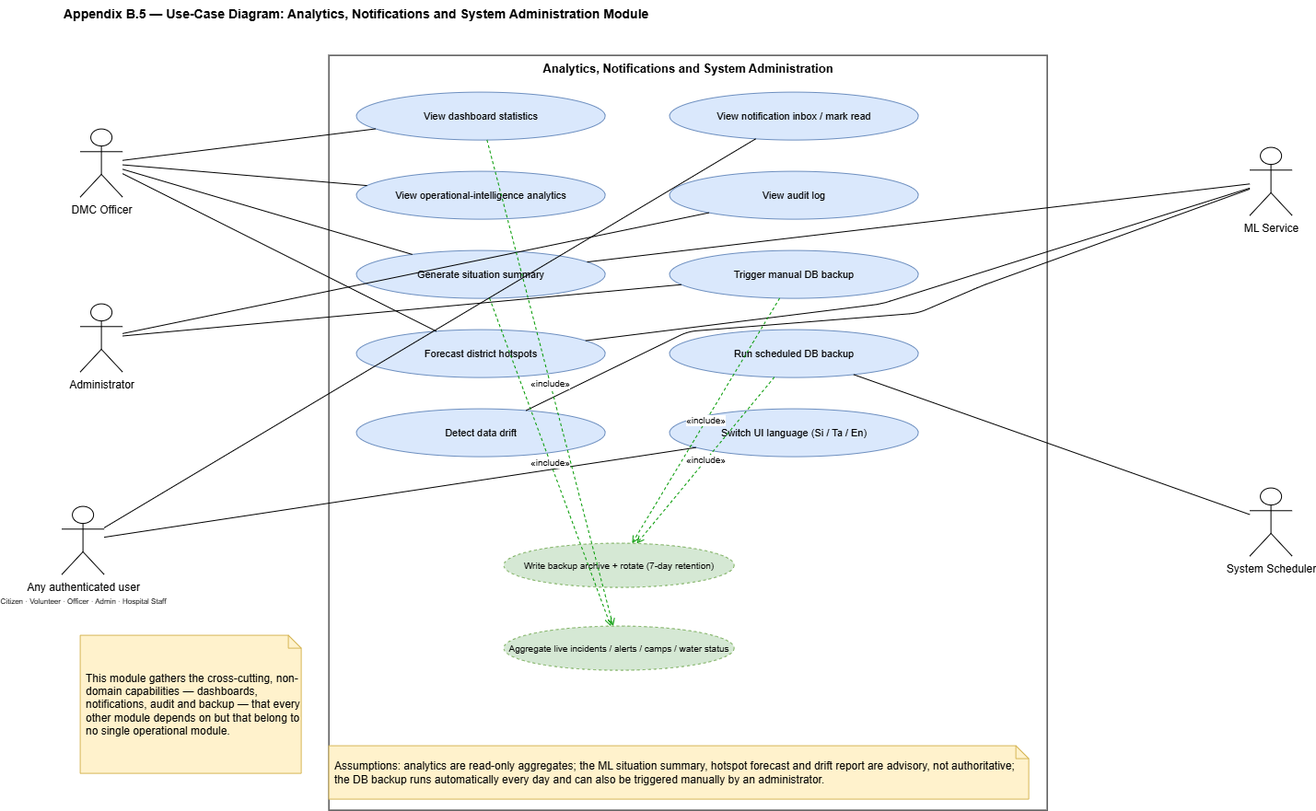
Before: research-report-source/diagrams/pngs/Appendix_B.5_UseCase_Analytics_Notifications_and_System_Administration.drawio.png, a diagram exported from draw.io (DeshanDV1003/Suraksha---Web-App). Source tidied: cells renumbered, new cells last; positions are measured from the earlier drawing's top-left corner, leaving out a move shared by most shapes. Source of this version:
```xml
<mxGraphModel>
  <root>
    <mxCell id="0" />
    <mxCell id="1" parent="0" />
    <mxCell id="2" value="Appendix B.5 — Use-Case Diagram: Analytics, Notifications and System Administration Module" style="text;html=1;fontStyle=1;fontSize=14;align=left;" parent="1" vertex="1">
      <mxGeometry width="1360" height="24" as="geometry" />
    </mxCell>
    <mxCell id="3" value="Analytics, Notifications and System Administration" style="rounded=0;whiteSpace=wrap;html=1;verticalAlign=top;fontStyle=1;fontSize=13;fillColor=none;strokeColor=#000000;" parent="1" vertex="1">
      <mxGeometry x="290" y="60" width="780" height="820" as="geometry" />
    </mxCell>
    <mxCell id="4" value="DMC Officer" style="shape=umlActor;html=1;verticalLabelPosition=bottom;verticalAlign=top;outlineConnect=0;" parent="1" vertex="1">
      <mxGeometry x="20" y="140" width="46" height="74" as="geometry" />
    </mxCell>
    <mxCell id="5" value="Administrator" style="shape=umlActor;html=1;verticalLabelPosition=bottom;verticalAlign=top;outlineConnect=0;" parent="1" vertex="1">
      <mxGeometry x="20" y="330" width="46" height="74" as="geometry" />
    </mxCell>
    <mxCell id="6" value="Any authenticated user&lt;br&gt;&lt;font style=&quot;font-size:8px&quot;&gt;Citizen · Volunteer · Officer · Admin · Hospital Staff&lt;/font&gt;" style="shape=umlActor;html=1;verticalLabelPosition=bottom;verticalAlign=top;outlineConnect=0;" parent="1" vertex="1">
      <mxGeometry y="550" width="46" height="74" as="geometry" />
    </mxCell>
    <mxCell id="7" value="ML Service" style="shape=umlActor;html=1;verticalLabelPosition=bottom;verticalAlign=top;outlineConnect=0;" parent="1" vertex="1">
      <mxGeometry x="1290" y="160" width="46" height="74" as="geometry" />
    </mxCell>
    <mxCell id="8" value="System Scheduler" style="shape=umlActor;html=1;verticalLabelPosition=bottom;verticalAlign=top;outlineConnect=0;" parent="1" vertex="1">
      <mxGeometry x="1290" y="530" width="46" height="74" as="geometry" />
    </mxCell>
    <mxCell id="9" value="View dashboard statistics" style="ellipse;whiteSpace=wrap;html=1;fillColor=#dae8fc;strokeColor=#6c8ebf;fontSize=11;" parent="1" vertex="1">
      <mxGeometry x="320" y="100" width="270" height="52" as="geometry" />
    </mxCell>
    <mxCell id="10" value="View operational-intelligence analytics" style="ellipse;whiteSpace=wrap;html=1;fillColor=#dae8fc;strokeColor=#6c8ebf;fontSize=11;" parent="1" vertex="1">
      <mxGeometry x="320" y="186" width="270" height="52" as="geometry" />
    </mxCell>
    <mxCell id="11" value="Generate situation summary" style="ellipse;whiteSpace=wrap;html=1;fillColor=#dae8fc;strokeColor=#6c8ebf;fontSize=11;" parent="1" vertex="1">
      <mxGeometry x="320" y="272" width="270" height="52" as="geometry" />
    </mxCell>
    <mxCell id="12" value="Forecast district hotspots" style="ellipse;whiteSpace=wrap;html=1;fillColor=#dae8fc;strokeColor=#6c8ebf;fontSize=11;" parent="1" vertex="1">
      <mxGeometry x="320" y="358" width="270" height="52" as="geometry" />
    </mxCell>
    <mxCell id="13" value="Detect data drift" style="ellipse;whiteSpace=wrap;html=1;fillColor=#dae8fc;strokeColor=#6c8ebf;fontSize=11;" parent="1" vertex="1">
      <mxGeometry x="320" y="444" width="270" height="52" as="geometry" />
    </mxCell>
    <mxCell id="14" value="View notification inbox / mark read" style="ellipse;whiteSpace=wrap;html=1;fillColor=#dae8fc;strokeColor=#6c8ebf;fontSize=11;" parent="1" vertex="1">
      <mxGeometry x="660" y="100" width="270" height="52" as="geometry" />
    </mxCell>
    <mxCell id="15" value="View audit log" style="ellipse;whiteSpace=wrap;html=1;fillColor=#dae8fc;strokeColor=#6c8ebf;fontSize=11;" parent="1" vertex="1">
      <mxGeometry x="660" y="186" width="270" height="52" as="geometry" />
    </mxCell>
    <mxCell id="16" value="Trigger manual DB backup" style="ellipse;whiteSpace=wrap;html=1;fillColor=#dae8fc;strokeColor=#6c8ebf;fontSize=11;" parent="1" vertex="1">
      <mxGeometry x="660" y="272" width="270" height="52" as="geometry" />
    </mxCell>
    <mxCell id="17" value="Run scheduled DB backup" style="ellipse;whiteSpace=wrap;html=1;fillColor=#dae8fc;strokeColor=#6c8ebf;fontSize=11;" parent="1" vertex="1">
      <mxGeometry x="660" y="358" width="270" height="52" as="geometry" />
    </mxCell>
    <mxCell id="18" value="Switch UI language (Si / Ta / En)" style="ellipse;whiteSpace=wrap;html=1;fillColor=#dae8fc;strokeColor=#6c8ebf;fontSize=11;" parent="1" vertex="1">
      <mxGeometry x="660" y="444" width="270" height="52" as="geometry" />
    </mxCell>
    <mxCell id="19" value="Write backup archive + rotate (7-day retention)" style="ellipse;whiteSpace=wrap;html=1;fillColor=#d5e8d4;strokeColor=#82b366;dashed=1;fontSize=10;" parent="1" vertex="1">
      <mxGeometry x="480" y="590" width="250" height="48" as="geometry" />
    </mxCell>
    <mxCell id="20" value="Aggregate live incidents / alerts / camps / water status" style="ellipse;whiteSpace=wrap;html=1;fillColor=#d5e8d4;strokeColor=#82b366;dashed=1;fontSize=10;" parent="1" vertex="1">
      <mxGeometry x="480" y="680" width="250" height="48" as="geometry" />
    </mxCell>
    <mxCell id="21" style="endArrow=none;html=1;fontSize=10;" parent="1" edge="1" source="4" target="9">
      <mxGeometry relative="1" as="geometry" />
    </mxCell>
    <mxCell id="22" style="endArrow=none;html=1;fontSize=10;" parent="1" edge="1" source="4" target="10">
      <mxGeometry relative="1" as="geometry" />
    </mxCell>
    <mxCell id="23" style="endArrow=none;html=1;fontSize=10;" parent="1" edge="1" source="4" target="11">
      <mxGeometry relative="1" as="geometry" />
    </mxCell>
    <mxCell id="24" style="endArrow=none;html=1;fontSize=10;" parent="1" edge="1" source="4" target="12">
      <mxGeometry relative="1" as="geometry" />
    </mxCell>
    <mxCell id="25" style="endArrow=none;html=1;fontSize=10;" parent="1" edge="1" source="7" target="11">
      <mxGeometry relative="1" as="geometry" />
    </mxCell>
    <mxCell id="26" style="endArrow=none;html=1;fontSize=10;" parent="1" edge="1" source="7" target="12">
      <mxGeometry relative="1" as="geometry">
        <Array as="points">
          <mxPoint x="890" y="330" />
        </Array>
      </mxGeometry>
    </mxCell>
    <mxCell id="27" style="endArrow=none;html=1;fontSize=10;" parent="1" edge="1" source="7" target="13">
      <mxGeometry relative="1" as="geometry">
        <Array as="points">
          <mxPoint x="1000" y="310" />
          <mxPoint x="930" y="340" />
          <mxPoint x="680" y="360" />
        </Array>
      </mxGeometry>
    </mxCell>
    <mxCell id="28" style="endArrow=none;html=1;fontSize=10;" parent="1" edge="1" source="5" target="15">
      <mxGeometry relative="1" as="geometry" />
    </mxCell>
    <mxCell id="29" style="endArrow=none;html=1;fontSize=10;" parent="1" edge="1" source="5" target="16">
      <mxGeometry relative="1" as="geometry" />
    </mxCell>
    <mxCell id="30" style="endArrow=none;html=1;fontSize=10;" parent="1" edge="1" source="8" target="17">
      <mxGeometry relative="1" as="geometry" />
    </mxCell>
    <mxCell id="31" style="endArrow=none;html=1;fontSize=10;" parent="1" edge="1" source="6" target="14">
      <mxGeometry relative="1" as="geometry" />
    </mxCell>
    <mxCell id="32" style="endArrow=none;html=1;fontSize=10;" parent="1" edge="1" source="6" target="18">
      <mxGeometry relative="1" as="geometry" />
    </mxCell>
    <mxCell id="33" value="«include»" style="endArrow=open;dashed=1;html=1;endFill=0;strokeColor=#009900;fontSize=10;" parent="1" edge="1" source="16" target="19">
      <mxGeometry relative="1" as="geometry" />
    </mxCell>
    <mxCell id="34" value="«include»" style="endArrow=open;dashed=1;html=1;endFill=0;strokeColor=#009900;fontSize=10;" parent="1" edge="1" source="17" target="19">
      <mxGeometry relative="1" as="geometry" />
    </mxCell>
    <mxCell id="35" value="«include»" style="endArrow=open;dashed=1;html=1;endFill=0;strokeColor=#009900;fontSize=10;" parent="1" edge="1" source="11" target="20">
      <mxGeometry relative="1" as="geometry" />
    </mxCell>
    <mxCell id="36" value="«include»" style="endArrow=open;dashed=1;html=1;endFill=0;strokeColor=#009900;fontSize=10;" parent="1" edge="1" source="9" target="20">
      <mxGeometry relative="1" as="geometry" />
    </mxCell>
    <mxCell id="37" value="Assumptions: analytics are read-only aggregates; the ML situation summary, hotspot forecast and drift report are advisory, not authoritative; the DB backup runs automatically every day and can also be triggered manually by an administrator." style="shape=note;whiteSpace=wrap;html=1;fillColor=#fff2cc;strokeColor=#d6b656;size=14;align=left;spacingLeft=4;" parent="1" vertex="1">
      <mxGeometry x="290" y="810" width="760" height="58" as="geometry" />
    </mxCell>
    <mxCell id="38" value="This module gathers the cross-cutting, non-domain capabilities — dashboards, notifications, audit and backup — that every other module depends on but that belong to no single operational module." style="shape=note;whiteSpace=wrap;html=1;fillColor=#fff2cc;strokeColor=#d6b656;size=14;align=left;spacingLeft=4;" parent="1" vertex="1">
      <mxGeometry x="20" y="690" width="240" height="150" as="geometry" />
    </mxCell>
  </root>
</mxGraphModel>
```
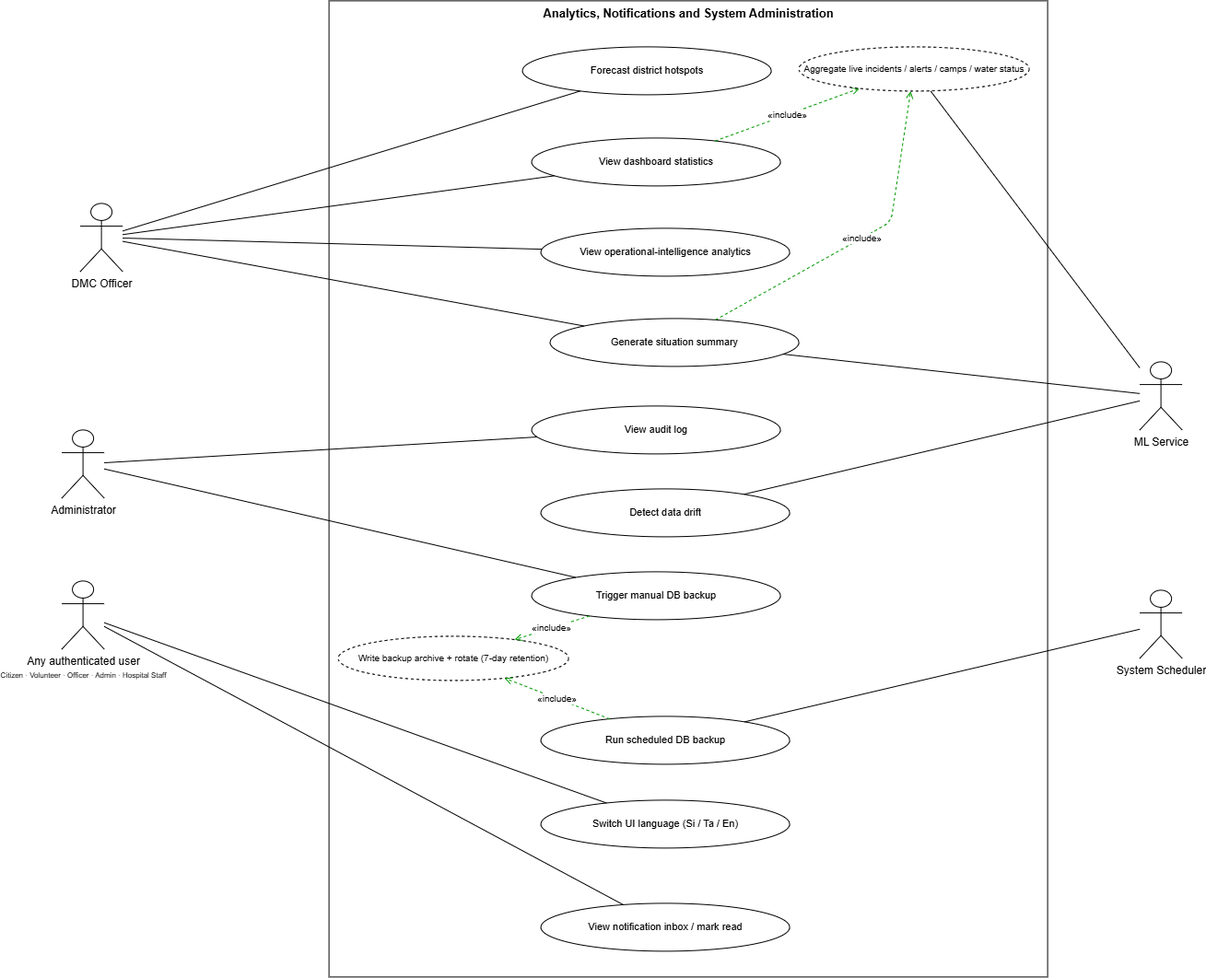
Above is the later version.

What changed in the source:
```diff
@@ -2,63 +2,57 @@
   <root>
     <mxCell id="0" />
     <mxCell id="1" parent="0" />
-    <mxCell id="2" value="Appendix B.5 — Use-Case Diagram: Analytics, Notifications and System Administration Module" style="text;html=1;fontStyle=1;fontSize=14;align=left;" parent="1" vertex="1">
-      <mxGeometry width="1360" height="24" as="geometry" />
-    </mxCell>
-    <mxCell id="3" value="Analytics, Notifications and System Administration" style="rounded=0;whiteSpace=wrap;html=1;verticalAlign=top;fontStyle=1;fontSize=13;fillColor=none;strokeColor=#000000;" parent="1" vertex="1">
-      <mxGeometry x="290" y="60" width="780" height="820" as="geometry" />
+    <mxCell id="3" value="Analytics, Notifications and System Administration" style="rounded=0;whiteSpace=wrap;html=1;verticalAlign=top;fontStyle=1;fontSize=13;" parent="1" vertex="1">
+      <mxGeometry x="290" y="-80" width="780" height="1060" as="geometry" />
     </mxCell>
     <mxCell id="4" value="DMC Officer" style="shape=umlActor;html=1;verticalLabelPosition=bottom;verticalAlign=top;outlineConnect=0;" parent="1" vertex="1">
       <mxGeometry x="20" y="140" width="46" height="74" as="geometry" />
     </mxCell>
     <mxCell id="5" value="Administrator" style="shape=umlActor;html=1;verticalLabelPosition=bottom;verticalAlign=top;outlineConnect=0;" parent="1" vertex="1">
-      <mxGeometry x="20" y="330" width="46" height="74" as="geometry" />
+      <mxGeometry y="386" width="46" height="74" as="geometry" />
     </mxCell>
     <mxCell id="6" value="Any authenticated user&lt;br&gt;&lt;font style=&quot;font-size:8px&quot;&gt;Citizen · Volunteer · Officer · Admin · Hospital Staff&lt;/font&gt;" style="shape=umlActor;html=1;verticalLabelPosition=bottom;verticalAlign=top;outlineConnect=0;" parent="1" vertex="1">
       <mxGeometry y="550" width="46" height="74" as="geometry" />
     </mxCell>
     <mxCell id="7" value="ML Service" style="shape=umlActor;html=1;verticalLabelPosition=bottom;verticalAlign=top;outlineConnect=0;" parent="1" vertex="1">
-      <mxGeometry x="1290" y="160" width="46" height="74" as="geometry" />
+      <mxGeometry x="1170" y="312" width="46" height="74" as="geometry" />
     </mxCell>
     <mxCell id="8" value="System Scheduler" style="shape=umlActor;html=1;verticalLabelPosition=bottom;verticalAlign=top;outlineConnect=0;" parent="1" vertex="1">
-      <mxGeometry x="1290" y="530" width="46" height="74" as="geometry" />
+      <mxGeometry x="1170" y="560" width="46" height="74" as="geometry" />
     </mxCell>
-    <mxCell id="9" value="View dashboard statistics" style="ellipse;whiteSpace=wrap;html=1;fillColor=#dae8fc;strokeColor=#6c8ebf;fontSize=11;" parent="1" vertex="1">
-      <mxGeometry x="320" y="100" width="270" height="52" as="geometry" />
+    <mxCell id="9" value="View dashboard statistics" style="ellipse;whiteSpace=wrap;html=1;fontSize=11;" parent="1" vertex="1">
+      <mxGeometry x="510" y="69" width="270" height="52" as="geometry" />
     </mxCell>
-    <mxCell id="10" value="View operational-intelligence analytics" style="ellipse;whiteSpace=wrap;html=1;fillColor=#dae8fc;strokeColor=#6c8ebf;fontSize=11;" parent="1" vertex="1">
-      <mxGeometry x="320" y="186" width="270" height="52" as="geometry" />
+    <mxCell id="10" value="View operational-intelligence analytics" style="ellipse;whiteSpace=wrap;html=1;fontSize=11;" parent="1" vertex="1">
+      <mxGeometry x="520" y="167" width="270" height="52" as="geometry" />
     </mxCell>
-    <mxCell id="11" value="Generate situation summary" style="ellipse;whiteSpace=wrap;html=1;fillColor=#dae8fc;strokeColor=#6c8ebf;fontSize=11;" parent="1" vertex="1">
-      <mxGeometry x="320" y="272" width="270" height="52" as="geometry" />
+    <mxCell id="11" value="Generate situation summary" style="ellipse;whiteSpace=wrap;html=1;fontSize=11;" parent="1" vertex="1">
+      <mxGeometry x="530" y="265" width="270" height="52" as="geometry" />
     </mxCell>
-    <mxCell id="12" value="Forecast district hotspots" style="ellipse;whiteSpace=wrap;html=1;fillColor=#dae8fc;strokeColor=#6c8ebf;fontSize=11;" parent="1" vertex="1">
-      <mxGeometry x="320" y="358" width="270" height="52" as="geometry" />
+    <mxCell id="12" value="Forecast district hotspots" style="ellipse;whiteSpace=wrap;html=1;fontSize=11;" parent="1" vertex="1">
+      <mxGeometry x="500" y="-30" width="270" height="52" as="geometry" />
     </mxCell>
-    <mxCell id="13" value="Detect data drift" style="ellipse;whiteSpace=wrap;html=1;fillColor=#dae8fc;strokeColor=#6c8ebf;fontSize=11;" parent="1" vertex="1">
-      <mxGeometry x="320" y="444" width="270" height="52" as="geometry" />
+    <mxCell id="13" value="Detect data drift" style="ellipse;whiteSpace=wrap;html=1;fontSize=11;" parent="1" vertex="1">
+      <mxGeometry x="520" y="450" width="270" height="52" as="geometry" />
     </mxCell>
-    <mxCell id="14" value="View notification inbox / mark read" style="ellipse;whiteSpace=wrap;html=1;fillColor=#dae8fc;strokeColor=#6c8ebf;fontSize=11;" parent="1" vertex="1">
-      <mxGeometry x="660" y="100" width="270" height="52" as="geometry" />
+    <mxCell id="14" value="View notification inbox / mark read" style="ellipse;whiteSpace=wrap;html=1;fontSize=11;" parent="1" vertex="1">
+      <mxGeometry x="520" y="900" width="270" height="52" as="geometry" />
     </mxCell>
-    <mxCell id="15" value="View audit log" style="ellipse;whiteSpace=wrap;html=1;fillColor=#dae8fc;strokeColor=#6c8ebf;fontSize=11;" parent="1" vertex="1">
-      <mxGeometry x="660" y="186" width="270" height="52" as="geometry" />
+    <mxCell id="15" value="View audit log" style="ellipse;whiteSpace=wrap;html=1;fontSize=11;" parent="1" vertex="1">
+      <mxGeometry x="510" y="360" width="270" height="52" as="geometry" />
     </mxCell>
-    <mxCell id="16" value="Trigger manual DB backup" style="ellipse;whiteSpace=wrap;html=1;fillColor=#dae8fc;strokeColor=#6c8ebf;fontSize=11;" parent="1" vertex="1">
-      <mxGeometry x="660" y="272" width="270" height="52" as="geometry" />
+    <mxCell id="16" value="Trigger manual DB backup" style="ellipse;whiteSpace=wrap;html=1;fontSize=11;" parent="1" vertex="1">
+      <mxGeometry x="510" y="540" width="270" height="52" as="geometry" />
     </mxCell>
-    <mxCell id="17" value="Run scheduled DB backup" style="ellipse;whiteSpace=wrap;html=1;fillColor=#dae8fc;strokeColor=#6c8ebf;fontSize=11;" parent="1" vertex="1">
-      <mxGeometry x="660" y="358" width="270" height="52" as="geometry" />
+    <mxCell id="17" value="Run scheduled DB backup" style="ellipse;whiteSpace=wrap;html=1;fontSize=11;" parent="1" vertex="1">
+      <mxGeometry x="520" y="697" width="270" height="52" as="geometry" />
     </mxCell>
-    <mxCell id="18" value="Switch UI language (Si / Ta / En)" style="ellipse;whiteSpace=wrap;html=1;fillColor=#dae8fc;strokeColor=#6c8ebf;fontSize=11;" parent="1" vertex="1">
-      <mxGeometry x="660" y="444" width="270" height="52" as="geometry" />
+    <mxCell id="18" value="Switch UI language (Si / Ta / En)" style="ellipse;whiteSpace=wrap;html=1;fontSize=11;" parent="1" vertex="1">
+      <mxGeometry x="520" y="788" width="270" height="52" as="geometry" />
     </mxCell>
-    <mxCell id="19" value="Write backup archive + rotate (7-day retention)" style="ellipse;whiteSpace=wrap;html=1;fillColor=#d5e8d4;strokeColor=#82b366;dashed=1;fontSize=10;" parent="1" vertex="1">
-      <mxGeometry x="480" y="590" width="250" height="48" as="geometry" />
+    <mxCell id="19" value="Write backup archive + rotate (7-day retention)" style="ellipse;whiteSpace=wrap;html=1;dashed=1;fontSize=10;" parent="1" vertex="1">
+      <mxGeometry x="300" y="610" width="250" height="48" as="geometry" />
     </mxCell>
-    <mxCell id="20" value="Aggregate live incidents / alerts / camps / water status" style="ellipse;whiteSpace=wrap;html=1;fillColor=#d5e8d4;strokeColor=#82b366;dashed=1;fontSize=10;" parent="1" vertex="1">
-      <mxGeometry x="480" y="680" width="250" height="48" as="geometry" />
-    </mxCell>
     <mxCell id="21" style="endArrow=none;html=1;fontSize=10;" parent="1" edge="1" source="4" target="9">
       <mxGeometry relative="1" as="geometry" />
     </mxCell>
@@ -74,21 +68,8 @@
     <mxCell id="25" style="endArrow=none;html=1;fontSize=10;" parent="1" edge="1" source="7" target="11">
       <mxGeometry relative="1" as="geometry" />
     </mxCell>
-    <mxCell id="26" style="endArrow=none;html=1;fontSize=10;" parent="1" edge="1" source="7" target="12">
-      <mxGeometry relative="1" as="geometry">
-        <Array as="points">
-          <mxPoint x="890" y="330" />
-        </Array>
-      </mxGeometry>
-    </mxCell>
     <mxCell id="27" style="endArrow=none;html=1;fontSize=10;" parent="1" edge="1" source="7" target="13">
-      <mxGeometry relative="1" as="geometry">
-        <Array as="points">
-          <mxPoint x="1000" y="310" />
-          <mxPoint x="930" y="340" />
-          <mxPoint x="680" y="360" />
-        </Array>
-      </mxGeometry>
+      <mxGeometry relative="1" as="geometry" />
     </mxCell>
     <mxCell id="28" style="endArrow=none;html=1;fontSize=10;" parent="1" edge="1" source="5" target="15">
       <mxGeometry relative="1" as="geometry" />
@@ -112,16 +93,20 @@
       <mxGeometry relative="1" as="geometry" />
     </mxCell>
     <mxCell id="35" value="«include»" style="endArrow=open;dashed=1;html=1;endFill=0;strokeColor=#009900;fontSize=10;" parent="1" edge="1" source="11" target="20">
-      <mxGeometry relative="1" as="geometry" />
+      <mxGeometry relative="1" as="geometry">
+        <Array as="points">
+          <mxPoint x="900" y="160" />
+        </Array>
+      </mxGeometry>
     </mxCell>
     <mxCell id="36" value="«include»" style="endArrow=open;dashed=1;html=1;endFill=0;strokeColor=#009900;fontSize=10;" parent="1" edge="1" source="9" target="20">
       <mxGeometry relative="1" as="geometry" />
     </mxCell>
-    <mxCell id="37" value="Assumptions: analytics are read-only aggregates; the ML situation summary, hotspot forecast and drift report are advisory, not authoritative; the DB backup runs automatically every day and can also be triggered manually by an administrator." style="shape=note;whiteSpace=wrap;html=1;fillColor=#fff2cc;strokeColor=#d6b656;size=14;align=left;spacingLeft=4;" parent="1" vertex="1">
-      <mxGeometry x="290" y="810" width="760" height="58" as="geometry" />
-    </mxCell>
-    <mxCell id="38" value="This module gathers the cross-cutting, non-domain capabilities — dashboards, notifications, audit and backup — that every other module depends on but that belong to no single operational module." style="shape=note;whiteSpace=wrap;html=1;fillColor=#fff2cc;strokeColor=#d6b656;size=14;align=left;spacingLeft=4;" parent="1" vertex="1">
-      <mxGeometry x="20" y="690" width="240" height="150" as="geometry" />
-    </mxCell>
+    <mxCell id="39" style="endArrow=none;html=1;fontSize=10;" parent="1" edge="1" source="7" target="20">
+      <mxGeometry relative="1" as="geometry" />
+    </mxCell>
+    <mxCell id="20" value="Aggregate live incidents / alerts / camps / water status" style="ellipse;whiteSpace=wrap;html=1;dashed=1;fontSize=10;" parent="1" vertex="1">
+      <mxGeometry x="800" y="-30" width="250" height="48" as="geometry" />
+    </mxCell>
   </root>
 </mxGraphModel>
```
